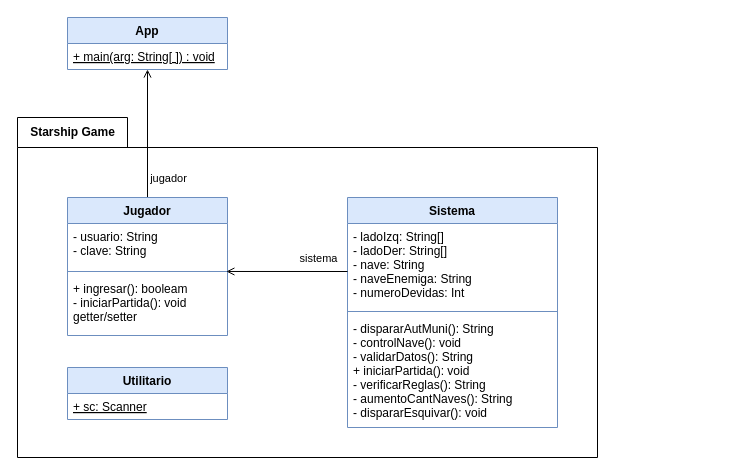
This is desing/DC.drawio from AndresVeas/STARSHIPGAME, a draw.io file, before an edit. Source tidied: cells renumbered, new cells numbered last; positions are measured from the earlier drawing's top-left corner, leaving out a move shared by most shapes. Both pictures are drawn from the tidied source at 100%, with x=0, y=0 at pixel (17, 17).
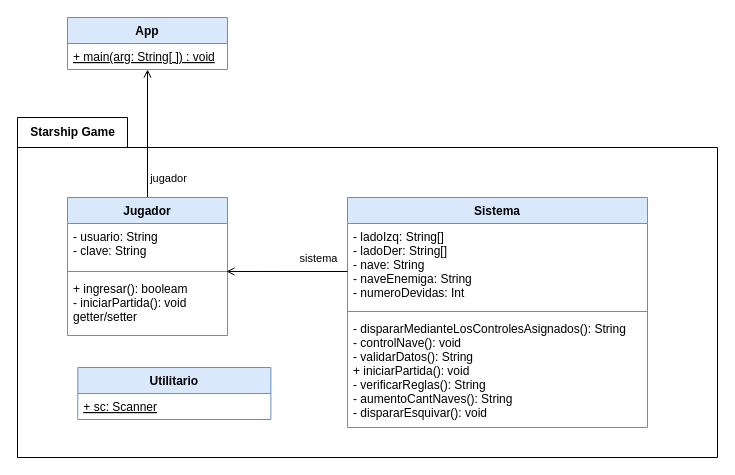
The same diagram, later.

Commit message (it also covers changes not shown here):
Implementación de Diagrama de Caso de Uso y Diagrama de Clase

What changed in the source:
```diff
@@
     <mxCell id="2" value="Starship Game" style="shape=folder;fontStyle=1;tabWidth=110;tabHeight=30;tabPosition=left;html=1;boundedLbl=1;labelInHeader=1;" parent="1" vertex="1">
-      <mxGeometry y="100" width="580" height="340" as="geometry" />
+      <mxGeometry y="100" width="700" height="340" as="geometry" />
     </mxCell>
     <mxCell id="3" style="html=1;strokeColor=none;fillColor=none;" parent="2" vertex="1">
-      <mxGeometry width="580" height="238" relative="1" as="geometry">
+      <mxGeometry width="700" height="238" relative="1" as="geometry">
         <mxPoint y="30" as="offset" />
       </mxGeometry>
     </mxCell>
     <mxCell id="4" value="Utilitario" style="swimlane;fontStyle=1;align=center;verticalAlign=top;horizontal=1;startSize=26;fillColor=#dae8fc;strokeColor=#6c8ebf;" parent="2" vertex="1">
-      <mxGeometry x="50" y="250" width="160" height="52" as="geometry" />
+      <mxGeometry x="60.3" y="250" width="193.1" height="52" as="geometry" />
     </mxCell>
     <mxCell id="5" value="+ sc: Scanner" style="text;strokeColor=none;fillColor=none;align=left;verticalAlign=top;spacingLeft=4;spacingRight=4;overflow=hidden;fontStyle=4;" parent="4" vertex="1">
-      <mxGeometry y="26" width="160" height="26" as="geometry" />
+      <mxGeometry y="26" width="193.1" height="26" as="geometry" />
     </mxCell>
@@
     <mxCell id="14" value="Sistema" style="swimlane;fontStyle=1;align=center;verticalAlign=top;horizontal=1;startSize=26;fillColor=#dae8fc;strokeColor=#6c8ebf;" parent="1" vertex="1">
-      <mxGeometry x="330" y="180" width="210" height="230" as="geometry" />
+      <mxGeometry x="330" y="180" width="300" height="230" as="geometry" />
     </mxCell>
     <mxCell id="15" value="- ladoIzq: String[]&#10;- ladoDer: String[]&#10;- nave: String&#10;- naveEnemiga: String&#10;- numeroDevidas: Int" style="text;strokeColor=none;fillColor=none;align=left;verticalAlign=top;spacingLeft=4;spacingRight=4;overflow=hidden;" parent="14" vertex="1">
-      <mxGeometry y="26" width="210" height="84" as="geometry" />
+      <mxGeometry y="26" width="300" height="84" as="geometry" />
     </mxCell>
     <mxCell id="16" style="line;strokeWidth=1;fillColor=none;align=left;verticalAlign=middle;spacingTop=-1;spacingLeft=3;spacingRight=3;labelPosition=right;strokeColor=inherit;" parent="14" vertex="1">
-      <mxGeometry y="110" width="210" height="8" as="geometry" />
+      <mxGeometry y="110" width="300" height="8" as="geometry" />
     </mxCell>
-    <mxCell id="17" value="- dispararAutMuni(): String&#10;- controlNave(): void&#10;- validarDatos(): String&#10;+ iniciarPartida(): void&#10;- verificarReglas(): String&#10;- aumentoCantNaves(): String&#10;- dispararEsquivar(): void" style="text;strokeColor=none;fillColor=none;align=left;verticalAlign=top;spacingLeft=4;spacingRight=4;overflow=hidden;" parent="14" vertex="1">
-      <mxGeometry y="118" width="210" height="112" as="geometry" />
+    <mxCell id="17" value="- dispararMedianteLosControlesAsignados(): String&#10;- controlNave(): void&#10;- validarDatos(): String&#10;+ iniciarPartida(): void&#10;- verificarReglas(): String&#10;- aumentoCantNaves(): String&#10;- dispararEsquivar(): void" style="text;strokeColor=none;fillColor=none;align=left;verticalAlign=top;spacingLeft=4;spacingRight=4;overflow=hidden;" parent="14" vertex="1">
+      <mxGeometry y="118" width="300" height="112" as="geometry" />
     </mxCell>
```
